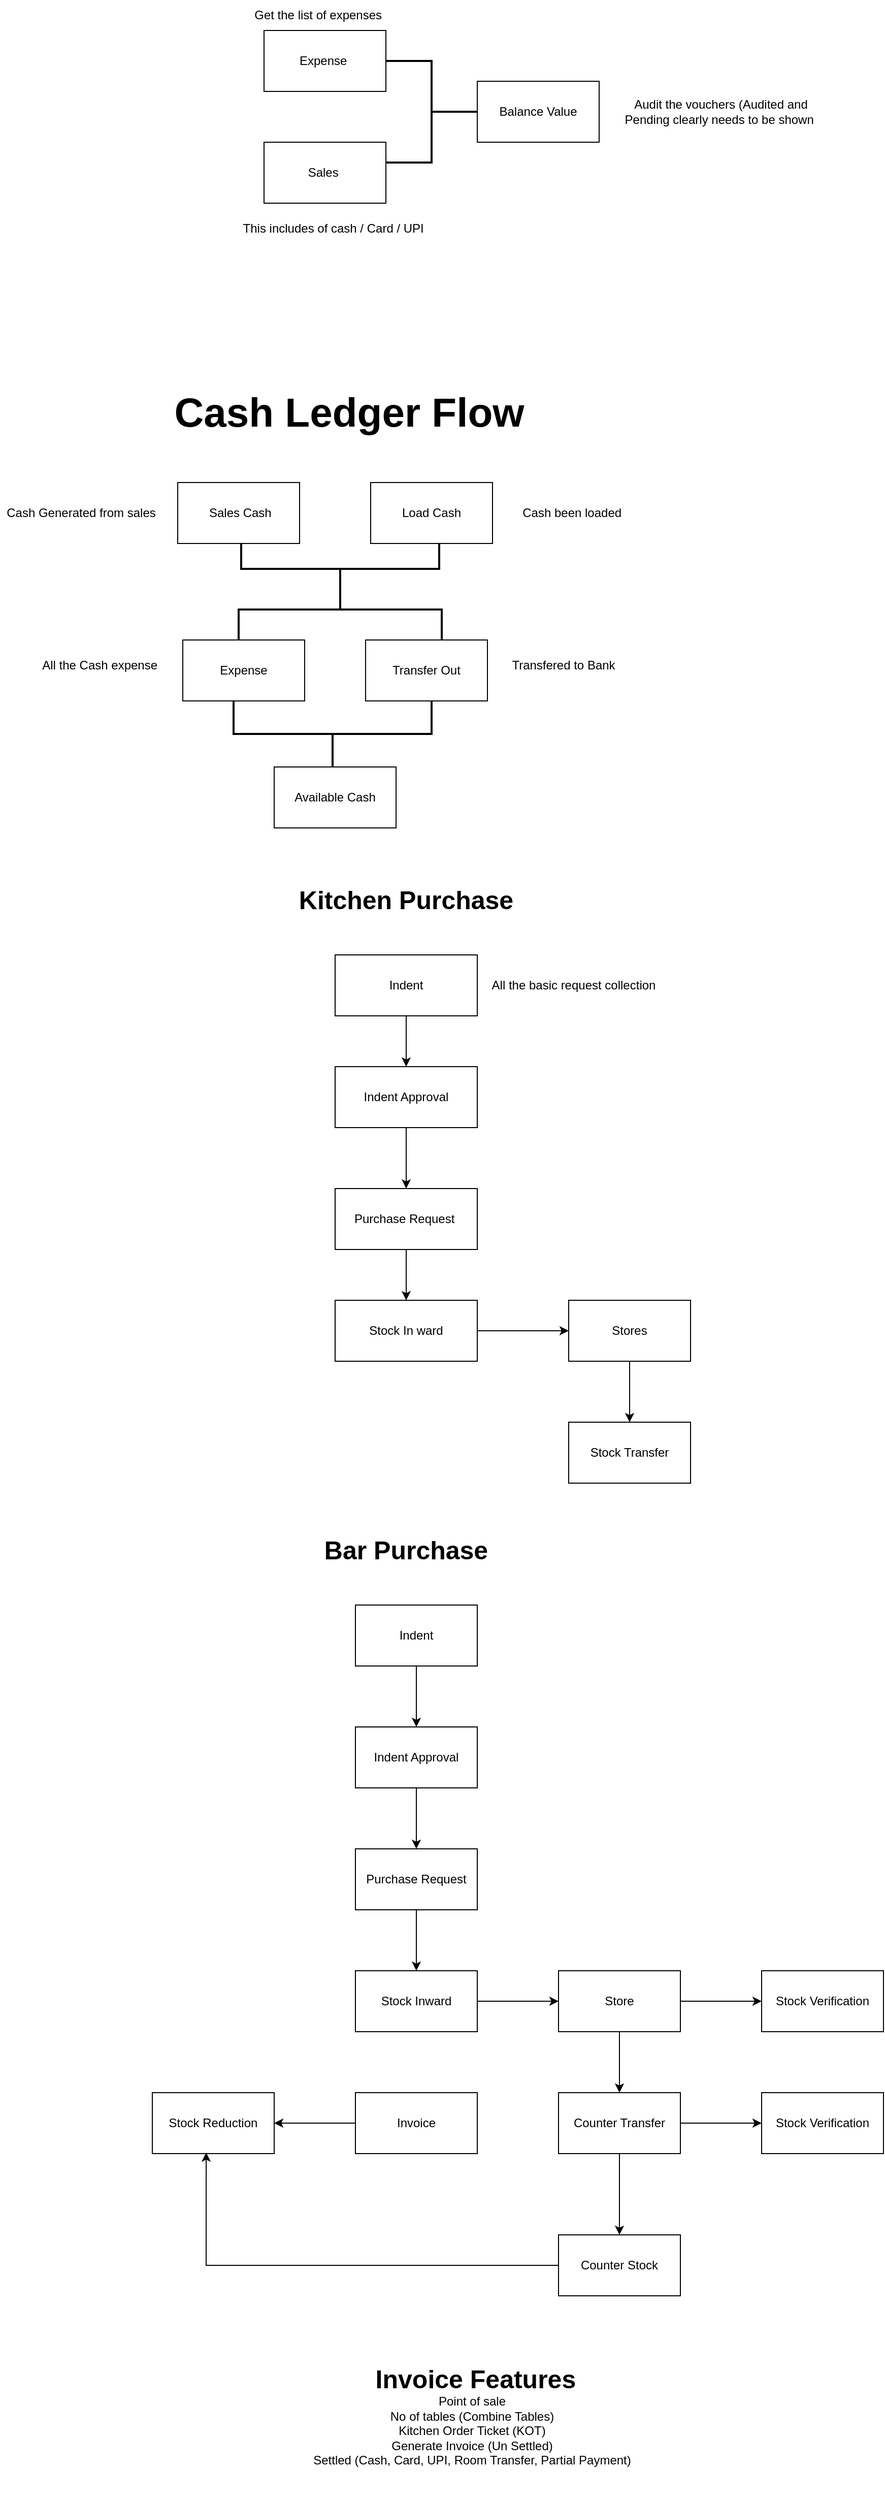
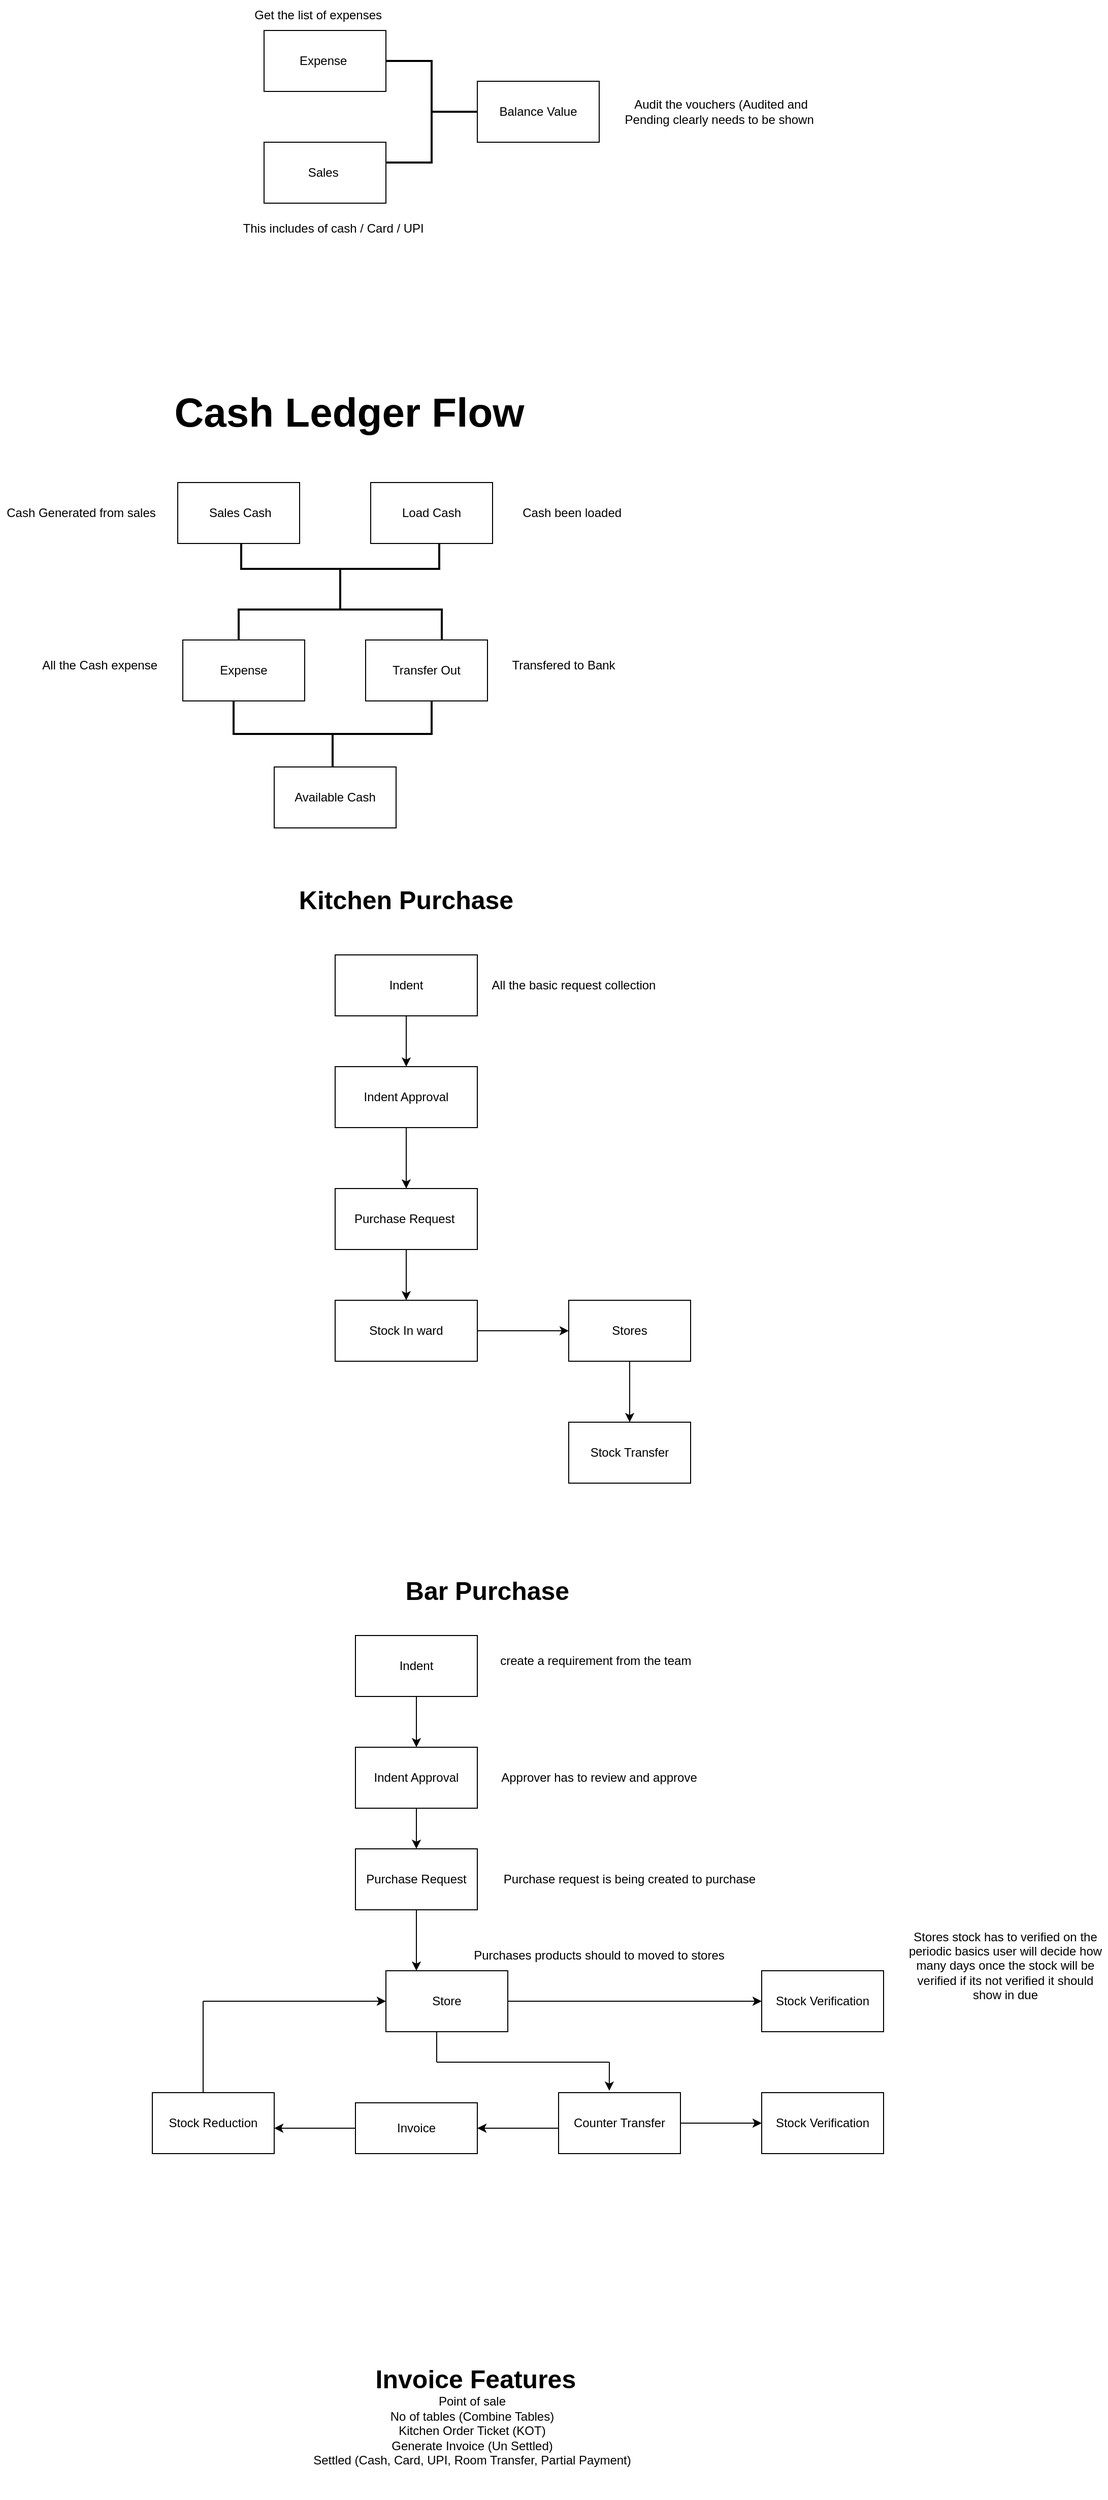
<mxfile host="Electron">
  <diagram name="Page-1" id="nP7nHtvGXHQoBN8Pecj8">
-     <mxGraphModel dx="1006" dy="659" grid="1" gridSize="10" guides="1" tooltips="1" connect="1" arrows="1" fold="1" page="1" pageScale="1" pageWidth="827" pageHeight="1169" math="0" shadow="0">
+     <mxGraphModel dx="1059" dy="694" grid="1" gridSize="10" guides="1" tooltips="1" connect="1" arrows="1" fold="1" page="1" pageScale="1" pageWidth="827" pageHeight="1169" math="0" shadow="0">
      <root>
        <mxCell id="0" />
        <mxCell id="1" parent="0" />
        <mxCell id="S_SN7jfKfkvHXjcR5ZiD-1" parent="1" style="whiteSpace=wrap;html=1;" value="Expense&amp;nbsp;" vertex="1">
          <mxGeometry height="60" width="120" x="300" y="80" as="geometry" />
        </mxCell>
        <mxCell id="S_SN7jfKfkvHXjcR5ZiD-2" parent="1" style="whiteSpace=wrap;html=1;" value="Sales&amp;nbsp;" vertex="1">
          <mxGeometry height="60" width="120" x="300" y="190" as="geometry" />
        </mxCell>
        <mxCell id="S_SN7jfKfkvHXjcR5ZiD-3" parent="1" style="whiteSpace=wrap;html=1;" value="Balance Value" vertex="1">
          <mxGeometry height="60" width="120" x="510" y="130" as="geometry" />
        </mxCell>
        <mxCell id="S_SN7jfKfkvHXjcR5ZiD-4" parent="1" style="strokeWidth=2;html=1;shape=mxgraph.flowchart.annotation_2;align=left;labelPosition=right;pointerEvents=1;direction=west;" value="" vertex="1">
          <mxGeometry height="100" width="90" x="420" y="110" as="geometry" />
        </mxCell>
        <mxCell id="S_SN7jfKfkvHXjcR5ZiD-5" parent="1" style="text;html=1;whiteSpace=wrap;strokeColor=none;fillColor=none;align=center;verticalAlign=middle;rounded=0;" value="Audit the vouchers (Audited and Pending clearly needs to be shown&amp;nbsp;" vertex="1">
          <mxGeometry height="30" width="220" x="640" y="145" as="geometry" />
        </mxCell>
        <mxCell id="S_SN7jfKfkvHXjcR5ZiD-7" parent="1" style="text;html=1;whiteSpace=wrap;strokeColor=none;fillColor=none;align=center;verticalAlign=middle;rounded=0;" value="This includes of cash / Card / UPI&amp;nbsp;" vertex="1">
          <mxGeometry height="30" width="200" x="270" y="260" as="geometry" />
        </mxCell>
        <mxCell id="S_SN7jfKfkvHXjcR5ZiD-8" parent="1" style="text;html=1;whiteSpace=wrap;strokeColor=none;fillColor=none;align=center;verticalAlign=middle;rounded=0;" value="Get the list of expenses&amp;nbsp;" vertex="1">
          <mxGeometry height="30" width="170" x="270" y="50" as="geometry" />
        </mxCell>
        <mxCell id="S_SN7jfKfkvHXjcR5ZiD-10" parent="1" style="whiteSpace=wrap;html=1;" value="&amp;nbsp;Sales Cash" vertex="1">
          <mxGeometry height="60" width="120" x="215" y="525" as="geometry" />
        </mxCell>
        <mxCell id="S_SN7jfKfkvHXjcR5ZiD-11" parent="1" style="whiteSpace=wrap;html=1;" value="Expense" vertex="1">
          <mxGeometry height="60" width="120" x="220" y="680" as="geometry" />
        </mxCell>
        <mxCell id="S_SN7jfKfkvHXjcR5ZiD-12" parent="1" style="whiteSpace=wrap;html=1;" value="Transfer Out" vertex="1">
          <mxGeometry height="60" width="120" x="400" y="680" as="geometry" />
        </mxCell>
        <mxCell id="S_SN7jfKfkvHXjcR5ZiD-13" parent="1" style="strokeWidth=2;html=1;shape=mxgraph.flowchart.annotation_2;align=left;labelPosition=right;pointerEvents=1;rotation=90;" value="" vertex="1">
          <mxGeometry height="200" width="60" x="345" y="550" as="geometry" />
        </mxCell>
        <mxCell id="S_SN7jfKfkvHXjcR5ZiD-15" parent="1" style="whiteSpace=wrap;html=1;" value="Available Cash" vertex="1">
          <mxGeometry height="60" width="120" x="310" y="805" as="geometry" />
        </mxCell>
        <mxCell id="S_SN7jfKfkvHXjcR5ZiD-16" parent="1" style="strokeWidth=2;html=1;shape=mxgraph.flowchart.annotation_2;align=left;labelPosition=right;pointerEvents=1;rotation=-90;" value="" vertex="1">
          <mxGeometry height="195" width="65" x="335" y="675" as="geometry" />
        </mxCell>
        <mxCell id="S_SN7jfKfkvHXjcR5ZiD-18" parent="1" style="whiteSpace=wrap;html=1;" value="Load Cash" vertex="1">
          <mxGeometry height="60" width="120" x="405" y="525" as="geometry" />
        </mxCell>
        <mxCell id="S_SN7jfKfkvHXjcR5ZiD-19" parent="1" style="strokeWidth=2;html=1;shape=mxgraph.flowchart.annotation_2;align=left;labelPosition=right;pointerEvents=1;direction=west;rotation=90;" value="" vertex="1">
          <mxGeometry height="195" width="50" x="350" y="512.5" as="geometry" />
        </mxCell>
        <mxCell id="S_SN7jfKfkvHXjcR5ZiD-20" parent="1" style="text;html=1;whiteSpace=wrap;strokeColor=none;fillColor=none;align=center;verticalAlign=middle;rounded=0;" value="Transfered to Bank" vertex="1">
          <mxGeometry height="30" width="130" x="530" y="690" as="geometry" />
        </mxCell>
        <mxCell id="S_SN7jfKfkvHXjcR5ZiD-21" parent="1" style="text;html=1;whiteSpace=wrap;strokeColor=none;fillColor=none;align=center;verticalAlign=middle;rounded=0;" value="All the Cash expense&amp;nbsp;" vertex="1">
          <mxGeometry height="30" width="150" x="65" y="690" as="geometry" />
        </mxCell>
        <mxCell id="S_SN7jfKfkvHXjcR5ZiD-22" parent="1" style="text;html=1;whiteSpace=wrap;strokeColor=none;fillColor=none;align=center;verticalAlign=middle;rounded=0;" value="Cash been loaded&amp;nbsp;" vertex="1">
          <mxGeometry height="30" width="150" x="530" y="540" as="geometry" />
        </mxCell>
        <mxCell id="S_SN7jfKfkvHXjcR5ZiD-23" parent="1" style="text;html=1;whiteSpace=wrap;strokeColor=none;fillColor=none;align=center;verticalAlign=middle;rounded=0;" value="Cash Generated from sales" vertex="1">
          <mxGeometry height="30" width="160" x="40" y="540" as="geometry" />
        </mxCell>
        <mxCell id="S_SN7jfKfkvHXjcR5ZiD-24" parent="1" style="text;html=1;whiteSpace=wrap;strokeColor=none;fillColor=none;align=center;verticalAlign=middle;rounded=0;" value="&lt;b&gt;&lt;font style=&quot;font-size: 40px;&quot;&gt;Cash Ledger Flow&lt;/font&gt;&lt;/b&gt;" vertex="1">
          <mxGeometry height="30" width="427.5" x="170" y="440" as="geometry" />
        </mxCell>
        <mxCell id="S_SN7jfKfkvHXjcR5ZiD-29" edge="1" parent="1" source="S_SN7jfKfkvHXjcR5ZiD-26" style="edgeStyle=orthogonalEdgeStyle;rounded=0;orthogonalLoop=1;jettySize=auto;html=1;" target="S_SN7jfKfkvHXjcR5ZiD-28" value="">
          <mxGeometry relative="1" as="geometry" />
        </mxCell>
        <mxCell id="S_SN7jfKfkvHXjcR5ZiD-26" parent="1" style="whiteSpace=wrap;html=1;" value="Indent" vertex="1">
          <mxGeometry height="60" width="140" x="370" y="990" as="geometry" />
        </mxCell>
        <mxCell id="S_SN7jfKfkvHXjcR5ZiD-27" parent="1" style="text;html=1;whiteSpace=wrap;strokeColor=none;fillColor=none;align=center;verticalAlign=middle;rounded=0;" value="All the basic request collection" vertex="1">
          <mxGeometry height="30" width="170" x="520" y="1005" as="geometry" />
        </mxCell>
        <mxCell id="S_SN7jfKfkvHXjcR5ZiD-31" edge="1" parent="1" source="S_SN7jfKfkvHXjcR5ZiD-28" style="edgeStyle=orthogonalEdgeStyle;rounded=0;orthogonalLoop=1;jettySize=auto;html=1;" target="S_SN7jfKfkvHXjcR5ZiD-30" value="">
          <mxGeometry relative="1" as="geometry" />
        </mxCell>
        <mxCell id="S_SN7jfKfkvHXjcR5ZiD-28" parent="1" style="whiteSpace=wrap;html=1;" value="Indent Approval" vertex="1">
          <mxGeometry height="60" width="140" x="370" y="1100" as="geometry" />
        </mxCell>
        <mxCell id="S_SN7jfKfkvHXjcR5ZiD-33" edge="1" parent="1" source="S_SN7jfKfkvHXjcR5ZiD-30" style="edgeStyle=orthogonalEdgeStyle;rounded=0;orthogonalLoop=1;jettySize=auto;html=1;" target="S_SN7jfKfkvHXjcR5ZiD-32" value="">
          <mxGeometry relative="1" as="geometry" />
        </mxCell>
        <mxCell id="S_SN7jfKfkvHXjcR5ZiD-30" parent="1" style="whiteSpace=wrap;html=1;" value="Purchase Request&amp;nbsp;" vertex="1">
          <mxGeometry height="60" width="140" x="370" y="1220" as="geometry" />
        </mxCell>
        <mxCell id="S_SN7jfKfkvHXjcR5ZiD-37" edge="1" parent="1" source="S_SN7jfKfkvHXjcR5ZiD-32" style="edgeStyle=orthogonalEdgeStyle;rounded=0;orthogonalLoop=1;jettySize=auto;html=1;" target="S_SN7jfKfkvHXjcR5ZiD-36" value="">
          <mxGeometry relative="1" as="geometry" />
        </mxCell>
        <mxCell id="S_SN7jfKfkvHXjcR5ZiD-32" parent="1" style="whiteSpace=wrap;html=1;" value="Stock In ward" vertex="1">
          <mxGeometry height="60" width="140" x="370" y="1330" as="geometry" />
        </mxCell>
        <mxCell id="S_SN7jfKfkvHXjcR5ZiD-39" edge="1" parent="1" source="S_SN7jfKfkvHXjcR5ZiD-36" style="edgeStyle=orthogonalEdgeStyle;rounded=0;orthogonalLoop=1;jettySize=auto;html=1;" target="S_SN7jfKfkvHXjcR5ZiD-38" value="">
          <mxGeometry relative="1" as="geometry" />
        </mxCell>
        <mxCell id="S_SN7jfKfkvHXjcR5ZiD-36" parent="1" style="whiteSpace=wrap;html=1;" value="Stores" vertex="1">
          <mxGeometry height="60" width="120" x="600" y="1330" as="geometry" />
        </mxCell>
        <mxCell id="S_SN7jfKfkvHXjcR5ZiD-38" parent="1" style="whiteSpace=wrap;html=1;" value="Stock Transfer" vertex="1">
          <mxGeometry height="60" width="120" x="600" y="1450" as="geometry" />
        </mxCell>
        <mxCell id="S_SN7jfKfkvHXjcR5ZiD-42" parent="1" style="text;html=1;whiteSpace=wrap;strokeColor=none;fillColor=none;align=center;verticalAlign=middle;rounded=0;" value="&lt;b&gt;&lt;font style=&quot;font-size: 25px;&quot;&gt;Kitchen Purchase&lt;/font&gt;&lt;/b&gt;" vertex="1">
          <mxGeometry height="30" width="380" x="250" y="920" as="geometry" />
        </mxCell>
        <mxCell id="S_SN7jfKfkvHXjcR5ZiD-46" edge="1" parent="1" source="S_SN7jfKfkvHXjcR5ZiD-43" style="edgeStyle=orthogonalEdgeStyle;rounded=0;orthogonalLoop=1;jettySize=auto;html=1;" target="S_SN7jfKfkvHXjcR5ZiD-45" value="">
          <mxGeometry relative="1" as="geometry" />
        </mxCell>
        <mxCell id="S_SN7jfKfkvHXjcR5ZiD-43" parent="1" style="whiteSpace=wrap;html=1;" value="Indent" vertex="1">
-           <mxGeometry height="60" width="120" x="390" y="1630" as="geometry" />
+           <mxGeometry height="60" width="120" x="390" y="1660" as="geometry" />
        </mxCell>
        <mxCell id="S_SN7jfKfkvHXjcR5ZiD-44" parent="1" style="text;html=1;whiteSpace=wrap;strokeColor=none;fillColor=none;align=center;verticalAlign=middle;rounded=0;" value="&lt;b&gt;&lt;font style=&quot;font-size: 25px;&quot;&gt;Bar Purchase&lt;/font&gt;&lt;/b&gt;" vertex="1">
-           <mxGeometry height="30" width="380" x="250" y="1560" as="geometry" />
+           <mxGeometry height="30" width="380" x="330" y="1600" as="geometry" />
        </mxCell>
        <mxCell id="S_SN7jfKfkvHXjcR5ZiD-48" edge="1" parent="1" source="S_SN7jfKfkvHXjcR5ZiD-45" style="edgeStyle=orthogonalEdgeStyle;rounded=0;orthogonalLoop=1;jettySize=auto;html=1;" target="S_SN7jfKfkvHXjcR5ZiD-47" value="">
          <mxGeometry relative="1" as="geometry" />
        </mxCell>
        <mxCell id="S_SN7jfKfkvHXjcR5ZiD-45" parent="1" style="whiteSpace=wrap;html=1;" value="Indent Approval" vertex="1">
-           <mxGeometry height="60" width="120" x="390" y="1750" as="geometry" />
-         </mxCell>
-         <mxCell id="S_SN7jfKfkvHXjcR5ZiD-50" edge="1" parent="1" source="S_SN7jfKfkvHXjcR5ZiD-47" style="edgeStyle=orthogonalEdgeStyle;rounded=0;orthogonalLoop=1;jettySize=auto;html=1;" target="S_SN7jfKfkvHXjcR5ZiD-49" value="">
-           <mxGeometry relative="1" as="geometry" />
+           <mxGeometry height="60" width="120" x="390" y="1770" as="geometry" />
+         </mxCell>
+         <mxCell id="S_SN7jfKfkvHXjcR5ZiD-50" edge="1" parent="1" source="S_SN7jfKfkvHXjcR5ZiD-47" style="edgeStyle=orthogonalEdgeStyle;rounded=0;orthogonalLoop=1;jettySize=auto;html=1;" value="">
+           <mxGeometry relative="1" as="geometry">
+             <mxPoint x="450" y="1990" as="targetPoint" />
+           </mxGeometry>
        </mxCell>
        <mxCell id="S_SN7jfKfkvHXjcR5ZiD-47" parent="1" style="whiteSpace=wrap;html=1;" value="Purchase Request" vertex="1">
          <mxGeometry height="60" width="120" x="390" y="1870" as="geometry" />
        </mxCell>
-         <mxCell id="S_SN7jfKfkvHXjcR5ZiD-52" edge="1" parent="1" source="S_SN7jfKfkvHXjcR5ZiD-49" style="edgeStyle=orthogonalEdgeStyle;rounded=0;orthogonalLoop=1;jettySize=auto;html=1;" target="S_SN7jfKfkvHXjcR5ZiD-51" value="">
-           <mxGeometry relative="1" as="geometry" />
-         </mxCell>
-         <mxCell id="S_SN7jfKfkvHXjcR5ZiD-49" parent="1" style="whiteSpace=wrap;html=1;" value="Stock Inward" vertex="1">
-           <mxGeometry height="60" width="120" x="390" y="1990" as="geometry" />
-         </mxCell>
-         <mxCell id="S_SN7jfKfkvHXjcR5ZiD-54" edge="1" parent="1" source="S_SN7jfKfkvHXjcR5ZiD-51" style="edgeStyle=orthogonalEdgeStyle;rounded=0;orthogonalLoop=1;jettySize=auto;html=1;" target="S_SN7jfKfkvHXjcR5ZiD-53" value="">
-           <mxGeometry relative="1" as="geometry" />
-         </mxCell>
        <mxCell id="S_SN7jfKfkvHXjcR5ZiD-63" edge="1" parent="1" source="S_SN7jfKfkvHXjcR5ZiD-51" style="edgeStyle=orthogonalEdgeStyle;rounded=0;orthogonalLoop=1;jettySize=auto;html=1;" target="S_SN7jfKfkvHXjcR5ZiD-62" value="">
          <mxGeometry relative="1" as="geometry" />
        </mxCell>
        <mxCell id="S_SN7jfKfkvHXjcR5ZiD-51" parent="1" style="whiteSpace=wrap;html=1;" value="Store" vertex="1">
-           <mxGeometry height="60" width="120" x="590" y="1990" as="geometry" />
+           <mxGeometry height="60" width="120" x="420" y="1990" as="geometry" />
        </mxCell>
        <mxCell id="S_SN7jfKfkvHXjcR5ZiD-65" edge="1" parent="1" source="S_SN7jfKfkvHXjcR5ZiD-53" style="edgeStyle=orthogonalEdgeStyle;rounded=0;orthogonalLoop=1;jettySize=auto;html=1;" target="S_SN7jfKfkvHXjcR5ZiD-64" value="">
          <mxGeometry relative="1" as="geometry" />
        </mxCell>
-         <mxCell id="S_SN7jfKfkvHXjcR5ZiD-67" edge="1" parent="1" source="S_SN7jfKfkvHXjcR5ZiD-53" style="edgeStyle=orthogonalEdgeStyle;rounded=0;orthogonalLoop=1;jettySize=auto;html=1;" target="S_SN7jfKfkvHXjcR5ZiD-66" value="">
-           <mxGeometry relative="1" as="geometry" />
+         <mxCell id="LvGcq0QC-ACIL3qJse6H-10" edge="1" parent="1" source="S_SN7jfKfkvHXjcR5ZiD-53" style="edgeStyle=orthogonalEdgeStyle;rounded=0;orthogonalLoop=1;jettySize=auto;html=1;exitX=0;exitY=0.5;exitDx=0;exitDy=0;" target="S_SN7jfKfkvHXjcR5ZiD-55" value="">
+           <mxGeometry relative="1" as="geometry">
+             <Array as="points">
+               <mxPoint x="590" y="2145" />
+             </Array>
+           </mxGeometry>
        </mxCell>
        <mxCell id="S_SN7jfKfkvHXjcR5ZiD-53" parent="1" style="whiteSpace=wrap;html=1;" value="Counter Transfer" vertex="1">
          <mxGeometry height="60" width="120" x="590" y="2110" as="geometry" />
        </mxCell>
        <mxCell id="S_SN7jfKfkvHXjcR5ZiD-58" edge="1" parent="1" source="S_SN7jfKfkvHXjcR5ZiD-55" style="edgeStyle=orthogonalEdgeStyle;rounded=0;orthogonalLoop=1;jettySize=auto;html=1;" target="S_SN7jfKfkvHXjcR5ZiD-57" value="">
-           <mxGeometry relative="1" as="geometry" />
+           <mxGeometry relative="1" as="geometry">
+             <Array as="points">
+               <mxPoint x="340" y="2145" />
+               <mxPoint x="340" y="2145" />
+             </Array>
+           </mxGeometry>
        </mxCell>
        <mxCell id="S_SN7jfKfkvHXjcR5ZiD-55" parent="1" style="whiteSpace=wrap;html=1;" value="Invoice" vertex="1">
-           <mxGeometry height="60" width="120" x="390" y="2110" as="geometry" />
+           <mxGeometry height="50" width="120" x="390" y="2120" as="geometry" />
        </mxCell>
        <mxCell id="S_SN7jfKfkvHXjcR5ZiD-57" parent="1" style="whiteSpace=wrap;html=1;" value="Stock Reduction" vertex="1">
          <mxGeometry height="60" width="120" x="190" y="2110" as="geometry" />
        </mxCell>
        <mxCell id="S_SN7jfKfkvHXjcR5ZiD-62" parent="1" style="whiteSpace=wrap;html=1;" value="Stock Verification" vertex="1">
          <mxGeometry height="60" width="120" x="790" y="1990" as="geometry" />
        </mxCell>
        <mxCell id="S_SN7jfKfkvHXjcR5ZiD-64" parent="1" style="whiteSpace=wrap;html=1;" value="Stock Verification" vertex="1">
          <mxGeometry height="60" width="120" x="790" y="2110" as="geometry" />
        </mxCell>
-         <mxCell id="S_SN7jfKfkvHXjcR5ZiD-66" parent="1" style="whiteSpace=wrap;html=1;" value="Counter Stock" vertex="1">
-           <mxGeometry height="60" width="120" x="590" y="2250" as="geometry" />
-         </mxCell>
        <mxCell id="S_SN7jfKfkvHXjcR5ZiD-71" parent="1" style="text;html=1;whiteSpace=wrap;strokeColor=none;fillColor=none;align=center;verticalAlign=middle;rounded=0;" value="&lt;b&gt;&lt;font style=&quot;font-size: 25px;&quot;&gt;&amp;nbsp;Invoice Features&lt;/font&gt;&lt;/b&gt;&lt;br&gt;Point of sale&lt;br&gt;No of tables (Combine Tables)&lt;br&gt;Kitchen Order Ticket (KOT)&lt;br&gt;Generate Invoice (Un Settled)&lt;div&gt;Settled (Cash, Card, UPI, Room Transfer, Partial Payment)&lt;br&gt;&lt;div&gt;&lt;br&gt;&lt;/div&gt;&lt;/div&gt;" vertex="1">
          <mxGeometry height="150" width="630" x="190" y="2360" as="geometry" />
        </mxCell>
-         <mxCell id="S_SN7jfKfkvHXjcR5ZiD-74" edge="1" parent="1" source="S_SN7jfKfkvHXjcR5ZiD-66" style="edgeStyle=orthogonalEdgeStyle;rounded=0;orthogonalLoop=1;jettySize=auto;html=1;exitX=0;exitY=0.5;exitDx=0;exitDy=0;entryX=0.442;entryY=0.983;entryDx=0;entryDy=0;entryPerimeter=0;" target="S_SN7jfKfkvHXjcR5ZiD-57">
-           <mxGeometry relative="1" as="geometry">
-             <Array as="points">
-               <mxPoint x="243" y="2280" />
-             </Array>
-             <mxPoint x="580" y="2173" as="sourcePoint" />
-           </mxGeometry>
+         <mxCell id="LvGcq0QC-ACIL3qJse6H-4" edge="1" parent="1" style="endArrow=none;html=1;rounded=0;startArrow=none;startFill=0;endFill=0;" value="">
+           <mxGeometry height="50" relative="1" width="50" as="geometry">
+             <mxPoint x="240" y="2110" as="sourcePoint" />
+             <mxPoint x="240" y="2020" as="targetPoint" />
+           </mxGeometry>
+         </mxCell>
+         <mxCell id="LvGcq0QC-ACIL3qJse6H-5" edge="1" parent="1" style="endArrow=classic;html=1;rounded=0;entryX=0;entryY=0.5;entryDx=0;entryDy=0;" target="S_SN7jfKfkvHXjcR5ZiD-51" value="">
+           <mxGeometry height="50" relative="1" width="50" as="geometry">
+             <mxPoint x="240" y="2020" as="sourcePoint" />
+             <mxPoint x="290" y="1970" as="targetPoint" />
+           </mxGeometry>
+         </mxCell>
+         <mxCell id="LvGcq0QC-ACIL3qJse6H-6" edge="1" parent="1" style="endArrow=none;html=1;rounded=0;endFill=0;" value="">
+           <mxGeometry height="50" relative="1" width="50" as="geometry">
+             <mxPoint x="470" y="2050" as="sourcePoint" />
+             <mxPoint x="470" y="2080" as="targetPoint" />
+           </mxGeometry>
+         </mxCell>
+         <mxCell id="LvGcq0QC-ACIL3qJse6H-7" edge="1" parent="1" style="endArrow=none;html=1;rounded=0;endFill=0;" value="">
+           <mxGeometry height="50" relative="1" width="50" as="geometry">
+             <mxPoint x="470" y="2080" as="sourcePoint" />
+             <mxPoint x="640" y="2080" as="targetPoint" />
+           </mxGeometry>
+         </mxCell>
+         <mxCell id="LvGcq0QC-ACIL3qJse6H-8" edge="1" parent="1" style="endArrow=classic;html=1;rounded=0;entryX=0.416;entryY=-0.032;entryDx=0;entryDy=0;entryPerimeter=0;" target="S_SN7jfKfkvHXjcR5ZiD-53" value="">
+           <mxGeometry height="50" relative="1" width="50" as="geometry">
+             <mxPoint x="640" y="2080" as="sourcePoint" />
+             <mxPoint x="640" y="2100" as="targetPoint" />
+           </mxGeometry>
+         </mxCell>
+         <mxCell id="LvGcq0QC-ACIL3qJse6H-11" parent="1" style="text;html=1;whiteSpace=wrap;strokeColor=none;fillColor=none;align=center;verticalAlign=middle;rounded=0;" value="create a requirement from the team&amp;nbsp;&lt;span style=&quot;background-color: transparent; color: light-dark(rgb(0, 0, 0), rgb(255, 255, 255));&quot;&gt;&amp;nbsp;&lt;/span&gt;" vertex="1">
+           <mxGeometry height="30" width="260" x="500" y="1670" as="geometry" />
+         </mxCell>
+         <mxCell id="LvGcq0QC-ACIL3qJse6H-12" parent="1" style="text;html=1;whiteSpace=wrap;strokeColor=none;fillColor=none;align=center;verticalAlign=middle;rounded=0;" value="Approver has to review and approve" vertex="1">
+           <mxGeometry height="30" width="260" x="500" y="1785" as="geometry" />
+         </mxCell>
+         <mxCell id="LvGcq0QC-ACIL3qJse6H-13" parent="1" style="text;html=1;whiteSpace=wrap;strokeColor=none;fillColor=none;align=center;verticalAlign=middle;rounded=0;" value="Purchase request is being created to purchase" vertex="1">
+           <mxGeometry height="30" width="300" x="510" y="1885" as="geometry" />
+         </mxCell>
+         <mxCell id="LvGcq0QC-ACIL3qJse6H-14" parent="1" style="text;html=1;whiteSpace=wrap;strokeColor=none;fillColor=none;align=center;verticalAlign=middle;rounded=0;" value="Purchases products should to moved to stores" vertex="1">
+           <mxGeometry height="30" width="280" x="490" y="1960" as="geometry" />
+         </mxCell>
+         <mxCell id="LvGcq0QC-ACIL3qJse6H-15" parent="1" style="text;html=1;whiteSpace=wrap;strokeColor=none;fillColor=none;align=center;verticalAlign=middle;rounded=0;" value="Stores stock has to verified on the periodic basics user will decide how many days once the stock will be verified if its not verified it should show in due" vertex="1">
+           <mxGeometry height="110" width="200" x="930" y="1930" as="geometry" />
        </mxCell>
      </root>
    </mxGraphModel>
  </diagram>
</mxfile>
